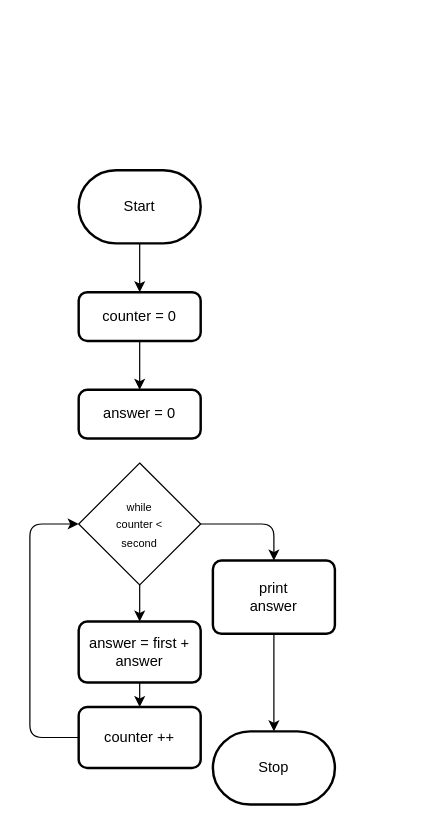
Chloe-Havel/ICS2O-Unit-5-06 keeps this draw.io diagram as design/flow-chart.drawio. Above is the earlier version. Source tidied: cells renumbered, new cells numbered last; positions are measured from the earlier drawing's top-left corner, leaving out a move shared by most shapes. Both pictures are drawn from the tidied source at 122%, with x=0, y=0 at pixel (29, 170).
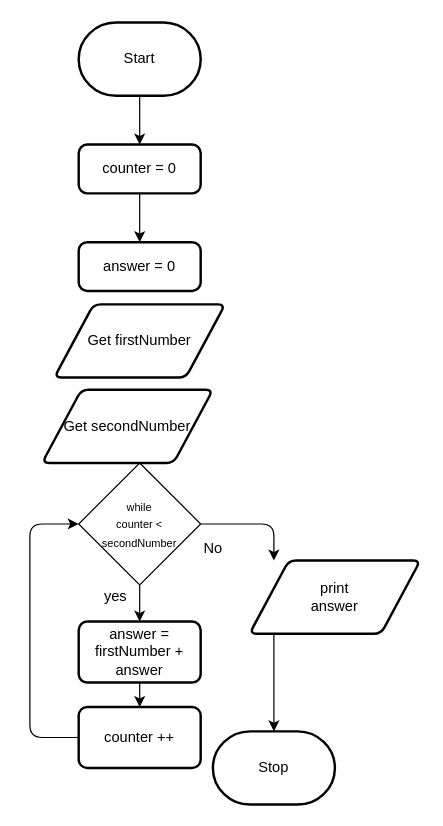
After the change.

The change refers to these unchanged cells:
```xml
<mxCell id="4" value="Stop" style="strokeWidth=2;html=1;shape=mxgraph.flowchart.terminator;whiteSpace=wrap;" parent="1" vertex="1">
  <mxGeometry x="150" y="460" width="100" height="60" as="geometry" />
</mxCell>
```

The edit, as a diff of the source:
```diff
@@
     <mxCell id="3" value="Start" style="strokeWidth=2;html=1;shape=mxgraph.flowchart.terminator;whiteSpace=wrap;" parent="1" vertex="1">
-      <mxGeometry x="40" width="100" height="60" as="geometry" />
+      <mxGeometry x="40" y="-121" width="100" height="60" as="geometry" />
     </mxCell>
@@
-    <mxCell id="6" style="edgeStyle=none;html=1;entryX=0.5;entryY=0;entryDx=0;entryDy=0;" parent="1" edge="1" source="7" target="11">
+    <mxCell id="6" style="edgeStyle=none;html=1;entryX=0.5;entryY=0;entryDx=0;entryDy=0;" parent="1" edge="1" source="7">
       <mxGeometry relative="1" as="geometry">
+        <mxPoint x="200" y="320" as="targetPoint" />
         <Array as="points">
           <mxPoint x="200" y="290" />
         </Array>
       </mxGeometry>
     </mxCell>
-    <mxCell id="7" value="&lt;font style=&quot;font-size: 9px&quot;&gt;while&lt;br&gt;counter &amp;lt;&lt;br&gt;second&lt;br&gt;&lt;/font&gt;" style="rhombus;whiteSpace=wrap;html=1;" parent="1" vertex="1">
+    <mxCell id="7" value="&lt;font style=&quot;font-size: 9px&quot;&gt;while&lt;br&gt;counter &amp;lt;&lt;br&gt;secondNumber&lt;br&gt;&lt;/font&gt;" style="rhombus;whiteSpace=wrap;html=1;" parent="1" vertex="1">
       <mxGeometry x="40" y="240" width="100" height="100" as="geometry" />
     </mxCell>
@@
-    <mxCell id="9" value="answer = first +&lt;br&gt;answer" style="rounded=1;whiteSpace=wrap;html=1;absoluteArcSize=1;arcSize=14;strokeWidth=2;" parent="1" vertex="1">
+    <mxCell id="9" value="answer = firstNumber +&lt;br&gt;answer" style="rounded=1;whiteSpace=wrap;html=1;absoluteArcSize=1;arcSize=14;strokeWidth=2;" parent="1" vertex="1">
       <mxGeometry x="40" y="370" width="100" height="50" as="geometry" />
     </mxCell>
-    <mxCell id="10" style="edgeStyle=none;html=1;" parent="1" edge="1" source="11" target="4">
-      <mxGeometry relative="1" as="geometry" />
+    <mxCell id="10" style="edgeStyle=none;html=1;" parent="1" edge="1" target="4">
+      <mxGeometry relative="1" as="geometry">
+        <mxPoint x="200" y="380" as="sourcePoint" />
+      </mxGeometry>
     </mxCell>
-    <mxCell id="11" value="print&lt;br&gt;answer" style="rounded=1;whiteSpace=wrap;html=1;absoluteArcSize=1;arcSize=14;strokeWidth=2;" parent="1" vertex="1">
-      <mxGeometry x="150" y="320" width="100" height="60" as="geometry" />
-    </mxCell>
@@
     <mxCell id="13" value="counter = 0" style="rounded=1;whiteSpace=wrap;html=1;absoluteArcSize=1;arcSize=14;strokeWidth=2;" parent="1" vertex="1">
-      <mxGeometry x="40" y="100" width="100" height="40" as="geometry" />
+      <mxGeometry x="40" y="-21" width="100" height="40" as="geometry" />
     </mxCell>
     <mxCell id="14" value="answer = 0" style="rounded=1;whiteSpace=wrap;html=1;absoluteArcSize=1;arcSize=14;strokeWidth=2;" parent="1" vertex="1">
-      <mxGeometry x="40" y="180" width="100" height="40" as="geometry" />
+      <mxGeometry x="40" y="59" width="100" height="40" as="geometry" />
     </mxCell>
@@
+    <mxCell id="17" value="Get firstNumber" style="shape=parallelogram;html=1;strokeWidth=2;perimeter=parallelogramPerimeter;whiteSpace=wrap;rounded=1;arcSize=12;size=0.23;" parent="1" vertex="1">
+      <mxGeometry x="20" y="110" width="140" height="60" as="geometry" />
+    </mxCell>
+    <mxCell id="18" value="Get secondNumber" style="shape=parallelogram;html=1;strokeWidth=2;perimeter=parallelogramPerimeter;whiteSpace=wrap;rounded=1;arcSize=12;size=0.23;" parent="1" vertex="1">
+      <mxGeometry x="10" y="180" width="140" height="60" as="geometry" />
+    </mxCell>
+    <mxCell id="19" value="yes" style="text;html=1;align=center;verticalAlign=middle;strokeColor=none;fillColor=none;" parent="1" vertex="1">
+      <mxGeometry x="55" y="340" width="30" height="20" as="geometry" />
+    </mxCell>
+    <mxCell id="20" value="No" style="text;html=1;align=center;verticalAlign=middle;strokeColor=none;fillColor=none;" parent="1" vertex="1">
+      <mxGeometry x="135" y="300" width="30" height="20" as="geometry" />
+    </mxCell>
+    <mxCell id="11" value="print&lt;br&gt;answer" style="shape=parallelogram;html=1;strokeWidth=2;perimeter=parallelogramPerimeter;whiteSpace=wrap;rounded=1;arcSize=12;size=0.23;" parent="1" vertex="1">
+      <mxGeometry x="180" y="320" width="140" height="60" as="geometry" />
+    </mxCell>
```
